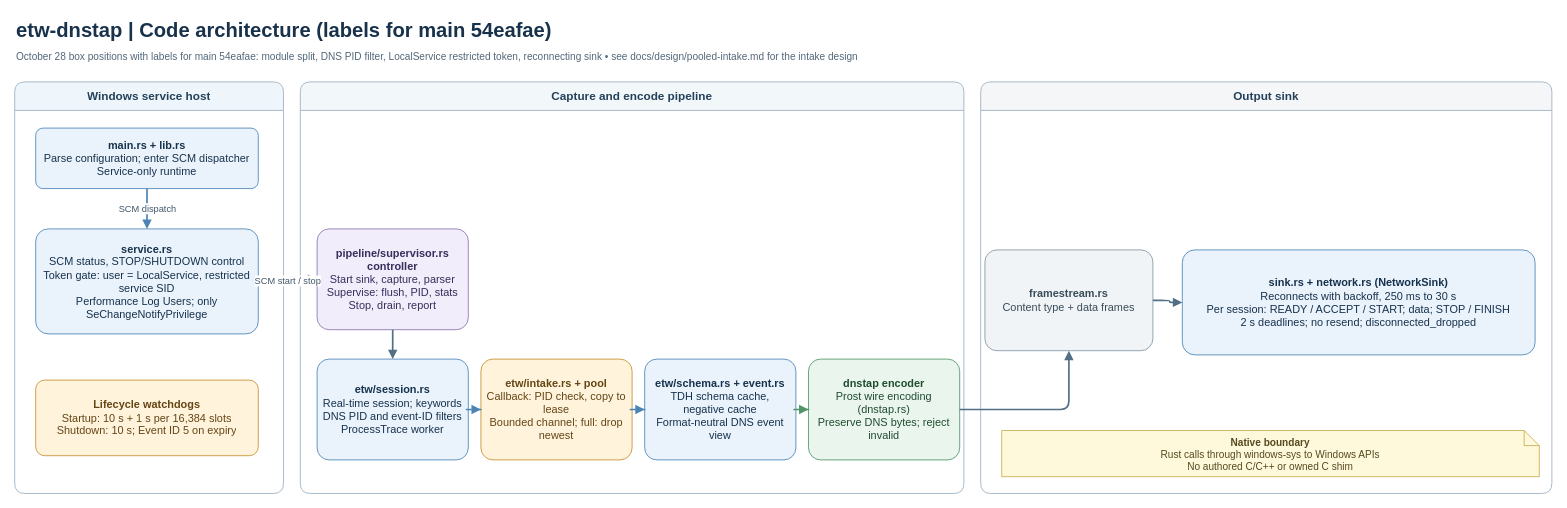
miketheitguy/etw-dnstap keeps this draw.io diagram as docs/design/diagrams/code-architecture.drawio. Above is the earlier version. Source tidied: cells renumbered, new cells numbered last; positions are measured from the earlier drawing's top-left corner, leaving out a move shared by most shapes. Both pictures are drawn from the tidied source at 84%, with x=0, y=0 at pixel (14, 14).
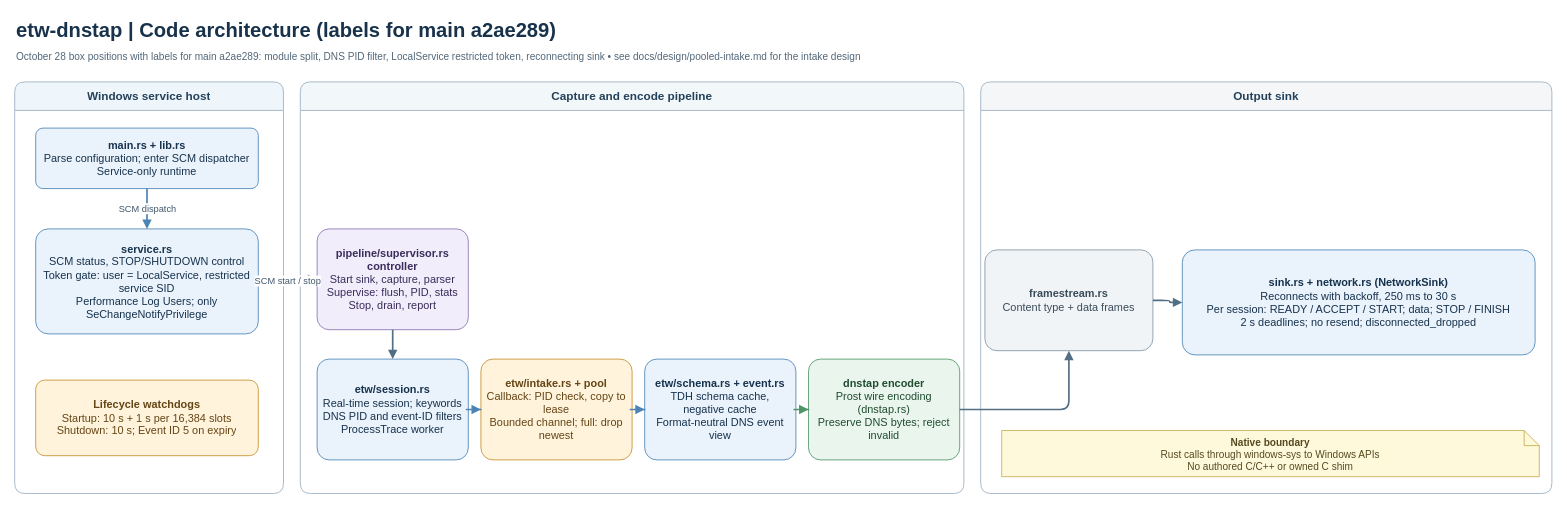
Above is the later version.

Diff of the diagram source:
```diff
@@
-    <mxCell id="2" value="etw-dnstap | Code architecture (labels for main 54eafae)" style="text;align=left;verticalAlign=middle;fontSize=24;fontStyle=1;fontColor=#18324b;html=1;whiteSpace=wrap;overflow=hidden;" parent="1" vertex="1">
+    <mxCell id="2" value="etw-dnstap | Code architecture (labels for main a2ae289)" style="text;align=left;verticalAlign=middle;fontSize=24;fontStyle=1;fontColor=#18324b;html=1;whiteSpace=wrap;overflow=hidden;" parent="1" vertex="1">
       <mxGeometry width="1820" height="38" as="geometry" />
     </mxCell>
-    <mxCell id="3" value="October 28 box positions with labels for main 54eafae: module split, DNS PID filter, LocalService restricted token, reconnecting sink • see docs/design/pooled-intake.md for the intake design" style="text;align=left;verticalAlign=middle;fontSize=12;fontColor=#526779;html=1;whiteSpace=wrap;overflow=hidden;" parent="1" vertex="1">
+    <mxCell id="3" value="October 28 box positions with labels for main a2ae289: module split, DNS PID filter, LocalService restricted token, reconnecting sink • see docs/design/pooled-intake.md for the intake design" style="text;align=left;verticalAlign=middle;fontSize=12;fontColor=#526779;html=1;whiteSpace=wrap;overflow=hidden;" parent="1" vertex="1">
       <mxGeometry y="38" width="1820" height="25" as="geometry" />
     </mxCell>
```
